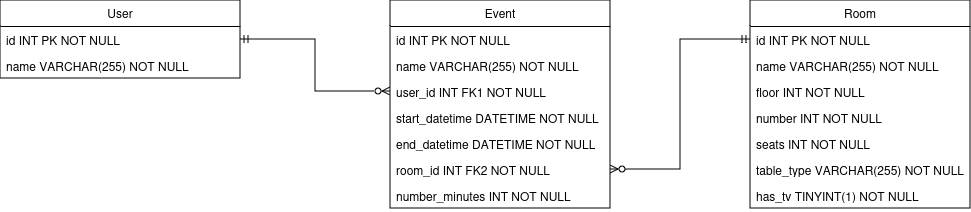
c2003-tamu/CSCE436Project keeps this draw.io diagram as db/assets/dbschema.png. Above is the earlier version. Source tidied: cells renumbered, new cells last; positions are measured from the earlier drawing's top-left corner, leaving out a move shared by most shapes.
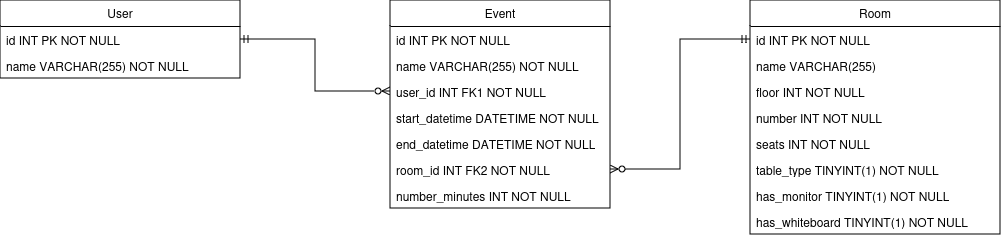
Later version of the same file.

Commit message:
updated schema + pic in readme

Change to the diagram source:
```diff
@@ -36,29 +36,32 @@
       <mxGeometry y="182" width="220" height="26" as="geometry" />
     </mxCell>
     <mxCell id="13" value="Room" style="swimlane;fontStyle=0;horizontal=1;startSize=26;fillColor=none;whiteSpace=wrap;html=1;" parent="1" vertex="1">
-      <mxGeometry x="750" width="220" height="208" as="geometry" />
+      <mxGeometry x="750" width="250" height="234" as="geometry" />
     </mxCell>
     <mxCell id="14" value="id INT PK NOT NULL" style="text;strokeColor=none;fillColor=none;align=left;verticalAlign=top;spacingLeft=4;spacingRight=4;overflow=hidden;points=[[0,0.5],[1,0.5]];portConstraint=eastwest;whiteSpace=wrap;html=1;" parent="13" vertex="1">
-      <mxGeometry y="26" width="220" height="26" as="geometry" />
+      <mxGeometry y="26" width="250" height="26" as="geometry" />
     </mxCell>
-    <mxCell id="15" value="name VARCHAR(255) NOT NULL" style="text;strokeColor=none;fillColor=none;align=left;verticalAlign=top;spacingLeft=4;spacingRight=4;overflow=hidden;whiteSpace=wrap;html=1;" parent="13" vertex="1">
-      <mxGeometry y="52" width="220" height="26" as="geometry" />
+    <mxCell id="15" value="name VARCHAR(255)" style="text;strokeColor=none;fillColor=none;align=left;verticalAlign=top;spacingLeft=4;spacingRight=4;overflow=hidden;whiteSpace=wrap;html=1;" parent="13" vertex="1">
+      <mxGeometry y="52" width="250" height="26" as="geometry" />
     </mxCell>
     <mxCell id="16" value="floor INT NOT NULL" style="text;strokeColor=none;fillColor=none;align=left;verticalAlign=top;spacingLeft=4;spacingRight=4;overflow=hidden;whiteSpace=wrap;html=1;" parent="13" vertex="1">
-      <mxGeometry y="78" width="220" height="26" as="geometry" />
+      <mxGeometry y="78" width="250" height="26" as="geometry" />
     </mxCell>
     <mxCell id="17" value="number INT NOT NULL" style="text;strokeColor=none;fillColor=none;align=left;verticalAlign=top;spacingLeft=4;spacingRight=4;overflow=hidden;whiteSpace=wrap;html=1;" parent="13" vertex="1">
-      <mxGeometry y="104" width="220" height="26" as="geometry" />
+      <mxGeometry y="104" width="250" height="26" as="geometry" />
     </mxCell>
     <mxCell id="18" value="seats INT NOT NULL" style="text;strokeColor=none;fillColor=none;align=left;verticalAlign=top;spacingLeft=4;spacingRight=4;overflow=hidden;whiteSpace=wrap;html=1;" parent="13" vertex="1">
-      <mxGeometry y="130" width="220" height="26" as="geometry" />
+      <mxGeometry y="130" width="250" height="26" as="geometry" />
     </mxCell>
-    <mxCell id="19" value="table_type VARCHAR(255) NOT NULL" style="text;strokeColor=none;fillColor=none;align=left;verticalAlign=top;spacingLeft=4;spacingRight=4;overflow=hidden;whiteSpace=wrap;html=1;" parent="13" vertex="1">
-      <mxGeometry y="156" width="220" height="26" as="geometry" />
+    <mxCell id="19" value="table_type TINYINT(1) NOT NULL" style="text;strokeColor=none;fillColor=none;align=left;verticalAlign=top;spacingLeft=4;spacingRight=4;overflow=hidden;whiteSpace=wrap;html=1;" parent="13" vertex="1">
+      <mxGeometry y="156" width="250" height="26" as="geometry" />
     </mxCell>
-    <mxCell id="20" value="has_tv TINYINT(1) NOT NULL" style="text;strokeColor=none;fillColor=none;align=left;verticalAlign=top;spacingLeft=4;spacingRight=4;overflow=hidden;whiteSpace=wrap;html=1;" parent="13" vertex="1">
-      <mxGeometry y="182" width="220" height="26" as="geometry" />
+    <mxCell id="20" value="has_monitor TINYINT(1) NOT NULL" style="text;strokeColor=none;fillColor=none;align=left;verticalAlign=top;spacingLeft=4;spacingRight=4;overflow=hidden;whiteSpace=wrap;html=1;" parent="13" vertex="1">
+      <mxGeometry y="182" width="250" height="26" as="geometry" />
     </mxCell>
+    <mxCell id="23" value="has_whiteboard TINYINT(1) NOT NULL" style="text;strokeColor=none;fillColor=none;align=left;verticalAlign=top;spacingLeft=4;spacingRight=4;overflow=hidden;whiteSpace=wrap;html=1;" parent="13" vertex="1">
+      <mxGeometry y="208" width="250" height="26" as="geometry" />
+    </mxCell>
     <mxCell id="21" style="edgeStyle=orthogonalEdgeStyle;rounded=0;jettySize=auto;html=1;exitX=0;exitY=0.5;exitDx=0;exitDy=0;entryX=1;entryY=0.5;entryDx=0;entryDy=0;endArrow=ERmandOne;endFill=0;startArrow=ERzeroToMany;startFill=0;" parent="1" edge="1" source="8" target="3">
       <mxGeometry relative="1" as="geometry" />
     </mxCell>
```
